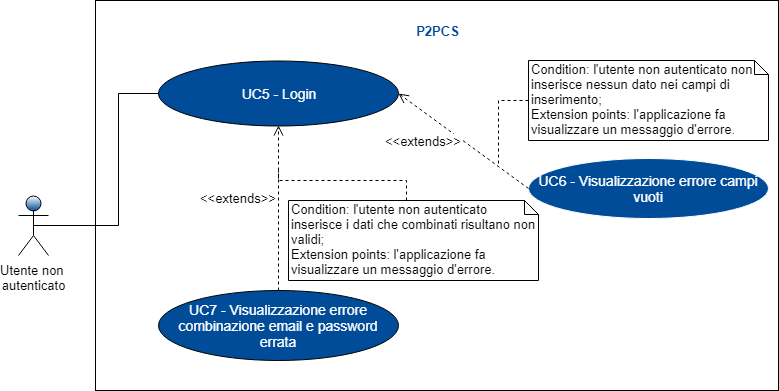
This is RR/Esterni/Analisi_dei_requisiti/res/images/Schemagenerale2.png from ZeusCode17/P2PCS, a draw.io export, as it was before one commit. Source tidied: cells renumbered, new cells last; positions are measured from the earlier drawing's top-left corner, leaving out a move shared by most shapes.
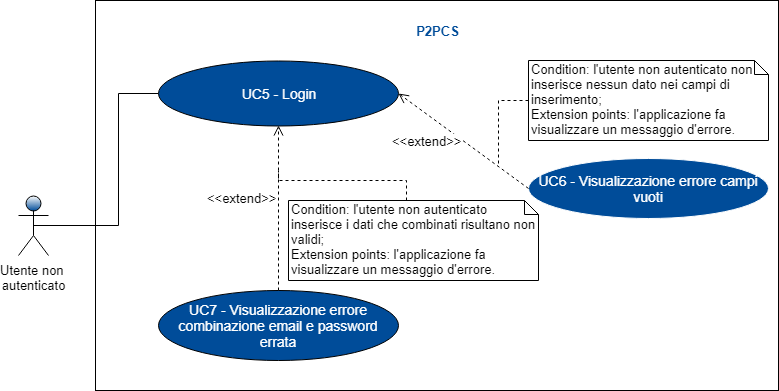
Above is the later version.

The edit, as a diff of the source:
```diff
@@ -28,10 +28,10 @@
     <mxCell id="8" value="P2PCS" style="text;html=1;strokeColor=none;fillColor=none;align=center;verticalAlign=middle;whiteSpace=wrap;rounded=0;fontSize=13;fontStyle=1;fontColor=#004C99;" parent="1" vertex="1">
       <mxGeometry x="382.5" y="20" width="73" height="20" as="geometry" />
     </mxCell>
-    <mxCell id="9" value="&amp;lt;&amp;lt;extends&amp;gt;&amp;gt;&lt;br&gt;" style="html=1;verticalAlign=middle;endArrow=open;dashed=1;endSize=8;fontSize=13;fontColor=#000000;entryX=1;entryY=0.5;entryDx=0;entryDy=0;exitX=0;exitY=0.5;exitDx=0;exitDy=0;labelPosition=left;verticalLabelPosition=middle;align=right;" parent="1" edge="1" source="7" target="5">
+    <mxCell id="9" value="&amp;lt;&amp;lt;extend&amp;gt;&amp;gt;&lt;br&gt;" style="html=1;verticalAlign=middle;endArrow=open;dashed=1;endSize=8;fontSize=13;fontColor=#000000;entryX=1;entryY=0.5;entryDx=0;entryDy=0;exitX=0;exitY=0.5;exitDx=0;exitDy=0;labelPosition=left;verticalLabelPosition=middle;align=right;" parent="1" edge="1" source="7" target="5">
       <mxGeometry relative="1" as="geometry" />
     </mxCell>
-    <mxCell id="10" value="&amp;lt;&amp;lt;extends&amp;gt;&amp;gt;" style="html=1;verticalAlign=bottom;endArrow=open;dashed=1;endSize=8;fontSize=13;fontColor=#000000;labelPosition=left;verticalLabelPosition=top;align=right;exitX=0.5;exitY=0;exitDx=0;exitDy=0;" parent="1" edge="1" source="6" target="5">
+    <mxCell id="10" value="&amp;lt;&amp;lt;extend&amp;gt;&amp;gt;" style="html=1;verticalAlign=bottom;endArrow=open;dashed=1;endSize=8;fontSize=13;fontColor=#000000;labelPosition=left;verticalLabelPosition=top;align=right;exitX=0.5;exitY=0;exitDx=0;exitDy=0;" parent="1" edge="1" source="6" target="5">
       <mxGeometry relative="1" as="geometry" />
     </mxCell>
     <mxCell id="11" style="edgeStyle=orthogonalEdgeStyle;rounded=0;jettySize=auto;html=1;exitX=0;exitY=0.5;exitDx=0;exitDy=0;exitPerimeter=0;fontSize=13;fontColor=#000000;dashed=1;endArrow=none;endFill=0;" parent="1" edge="1" source="12">
```
